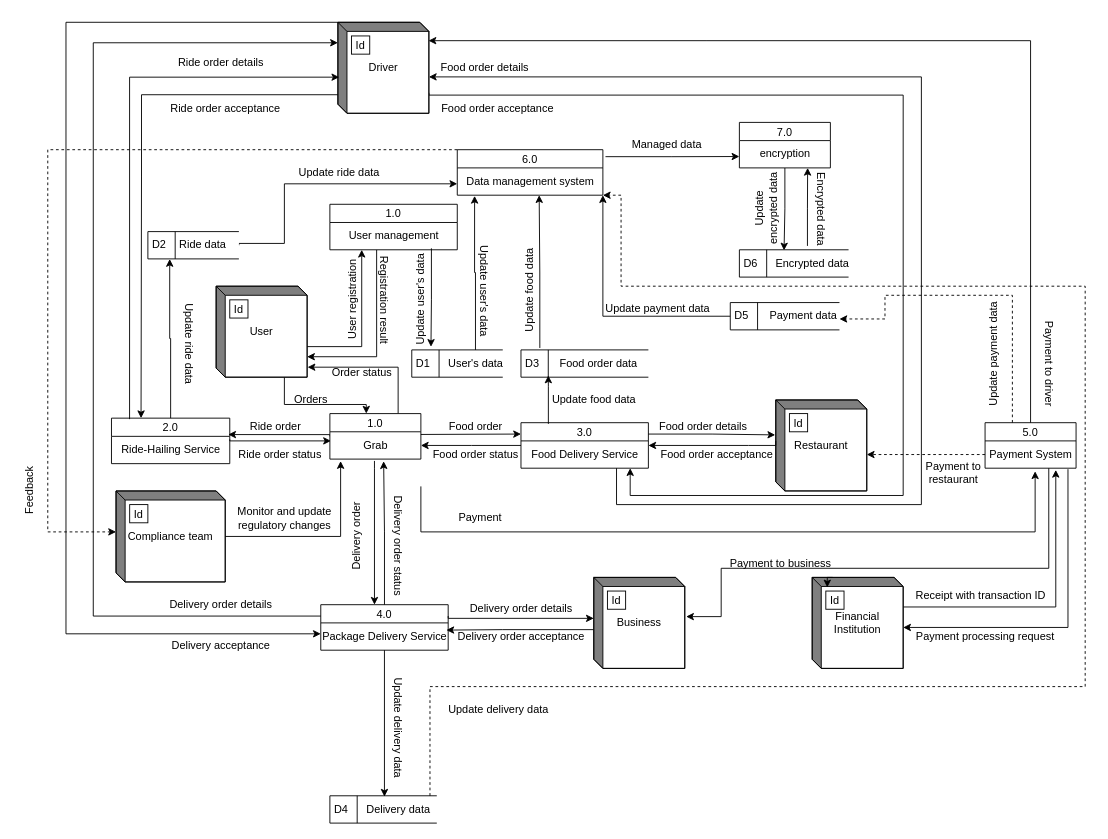
Above: 未命名绘图.drawio in Mariposito/Book-Rental-Shop (draw.io), before the change. Source tidied: cells renumbered, new cells numbered last; positions are measured from the earlier drawing's top-left corner, leaving out a move shared by most shapes. Both pictures are drawn from the tidied source at 91%, with x=0, y=0 at pixel (-7, 22).
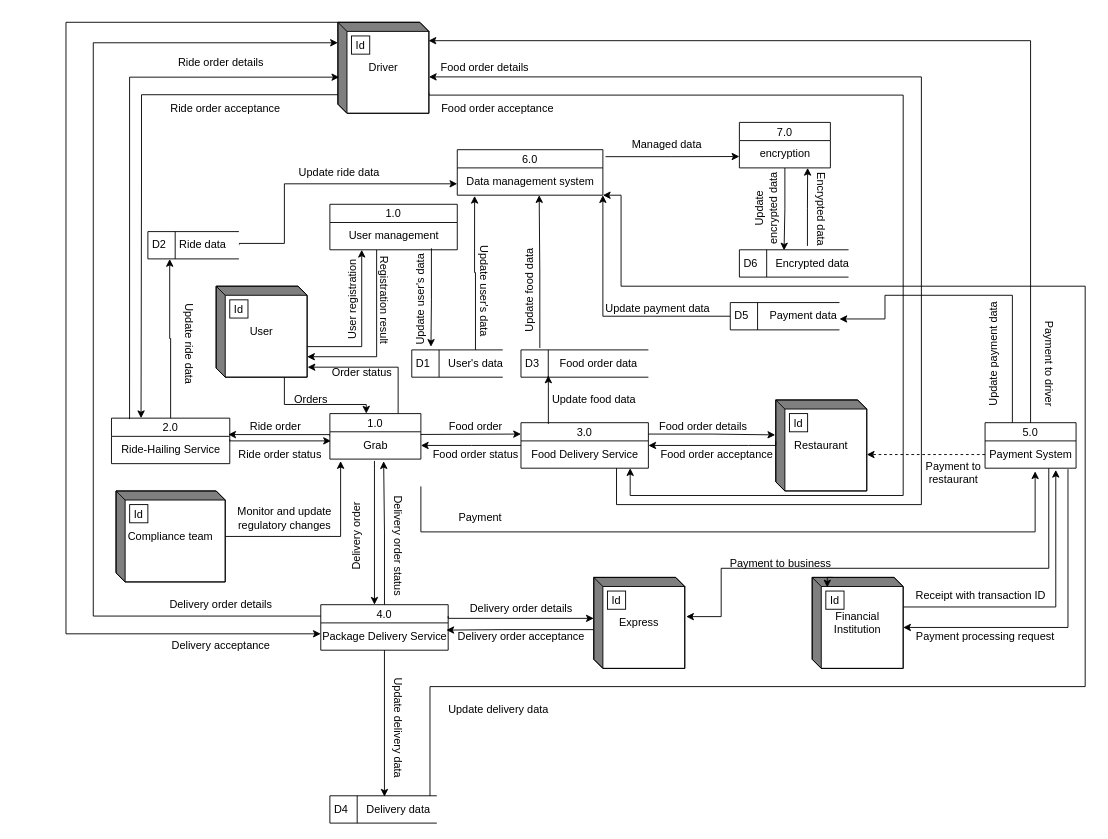
Above is the later version.

Commit message:
更新未命名绘图.drawio

Unchanged cells that the change refers to:
```xml
<mxCell id="65" value="Delivery data" style="text;html=1;align=center;verticalAlign=middle;points=[];strokeColor=none;fillColor=none;" parent="1" vertex="1">
  <mxGeometry x="400" y="850" width="90" height="30" as="geometry" />
</mxCell>
<mxCell id="73" value="D5" style="html=1;dashed=0;whiteSpace=wrap;shape=mxgraph.dfd.dataStoreID;align=left;spacingLeft=3;points=[[0,0],[0.5,0],[1,0],[0,0.5],[1,0.5],[0,1],[0.5,1],[1,1]];" parent="1" vertex="1">
  <mxGeometry x="810" y="308" width="120" height="30" as="geometry" />
</mxCell>
<mxCell id="88" value="6.0" style="swimlane;fontStyle=0;horizontal=1;startSize=20;fillColor=#ffffff;swimlaneFillColor=#ffffff;" parent="1" vertex="1">
  <mxGeometry x="510" y="140" width="160" height="50" as="geometry" />
</mxCell>
<mxCell id="115" value="Compliance team" style="html=1;dashed=0;whiteSpace=wrap;shape=mxgraph.dfd.externalEntity;" parent="1" vertex="1">
  <mxGeometry x="135" y="515" width="120" height="100" as="geometry" />
</mxCell>
```

What changed in the source:
```diff
@@
-    <mxCell id="39" value="Business" style="html=1;dashed=0;whiteSpace=wrap;shape=mxgraph.dfd.externalEntity;" parent="1" vertex="1">
+    <mxCell id="39" value="Express" style="html=1;dashed=0;whiteSpace=wrap;shape=mxgraph.dfd.externalEntity;" parent="1" vertex="1">
       <mxGeometry x="660" y="610" width="100" height="100" as="geometry" />
     </mxCell>
@@
-    <mxCell id="64" style="edgeStyle=orthogonalEdgeStyle;rounded=0;jettySize=auto;html=1;entryX=1;entryY=1;entryDx=0;entryDy=0;dashed=1;" parent="1" edge="1" source="65" target="88">
+    <mxCell id="64" style="edgeStyle=orthogonalEdgeStyle;rounded=0;jettySize=auto;html=1;entryX=1;entryY=1;entryDx=0;entryDy=0;" parent="1" edge="1" source="65" target="88">
       <mxGeometry relative="1" as="geometry">
         <Array as="points">
           <mxPoint x="480" y="730" />
           <mxPoint x="1200" y="730" />
           <mxPoint x="1200" y="290" />
           <mxPoint x="690" y="290" />
           <mxPoint x="690" y="190" />
         </Array>
       </mxGeometry>
     </mxCell>
@@
-    <mxCell id="75" style="edgeStyle=orthogonalEdgeStyle;rounded=0;jettySize=auto;html=1;dashed=1;" parent="1" edge="1" target="73">
+    <mxCell id="75" style="edgeStyle=orthogonalEdgeStyle;rounded=0;jettySize=auto;html=1;" parent="1" edge="1" target="73">
       <mxGeometry relative="1" as="geometry">
         <mxPoint x="1120" y="440" as="sourcePoint" />
         <Array as="points">
           <mxPoint x="1120" y="300" />
           <mxPoint x="980" y="300" />
           <mxPoint x="980" y="326" />
         </Array>
       </mxGeometry>
     </mxCell>
@@
-    <mxCell id="119" style="edgeStyle=orthogonalEdgeStyle;rounded=0;jettySize=auto;html=1;exitX=0;exitY=0;exitDx=0;exitDy=0;entryX=0;entryY=0;entryDx=0;entryDy=45;entryPerimeter=0;dashed=1;" parent="1" edge="1" source="88" target="115">
-      <mxGeometry relative="1" as="geometry">
-        <Array as="points">
-          <mxPoint x="60" y="140" />
-          <mxPoint x="60" y="560" />
-        </Array>
-      </mxGeometry>
-    </mxCell>
-    <mxCell id="120" value="Feedback" style="text;html=1;align=center;verticalAlign=middle;strokeColor=none;fillColor=none;rotation=-90;" parent="1" vertex="1">
-      <mxGeometry y="500" width="80" height="30" as="geometry" />
-    </mxCell>
```
